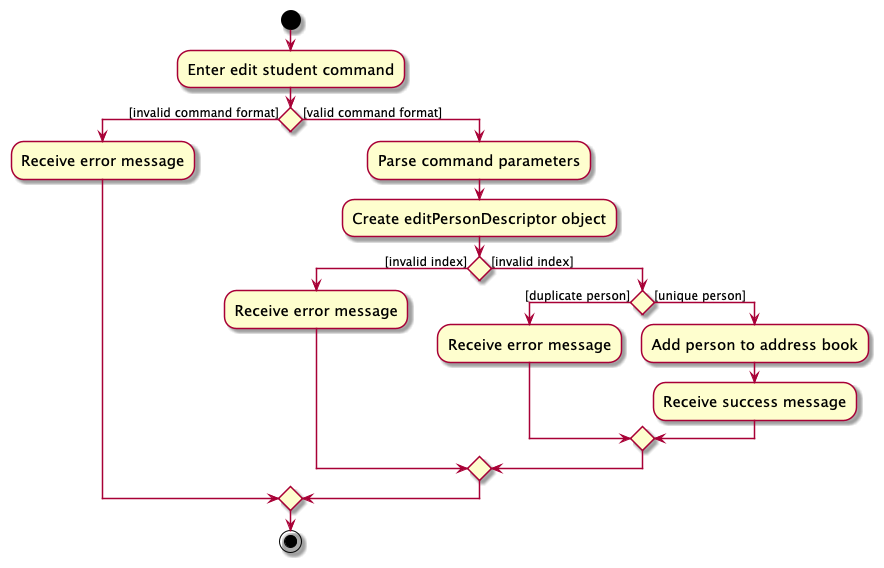
nus-cs2103-AY2425S1/tp keeps this PlantUML diagram as docs/images/EditPersonActivityDiagram.png. Above is the earlier version.
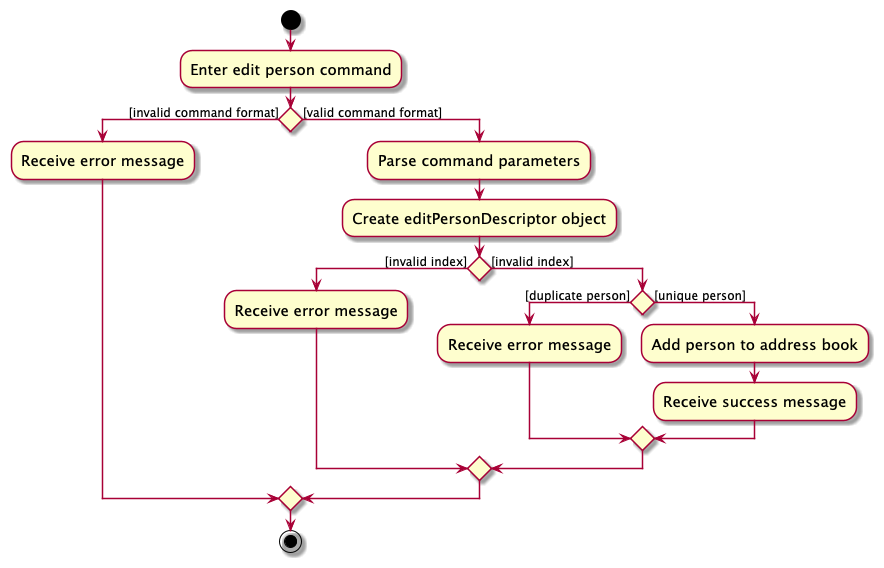
The same diagram one commit later.

Commit message:
Correct activity diagrams in dg Closes #253

The edit, as a diff of the source:
```diff
@@ -3,7 +3,7 @@
 skinparam ActivityFontSize 15
 skinparam ArrowFontSize 12
 start
-:Enter edit student command;
+:Enter edit person command;
 
 
 if () then ([invalid command format])
```
